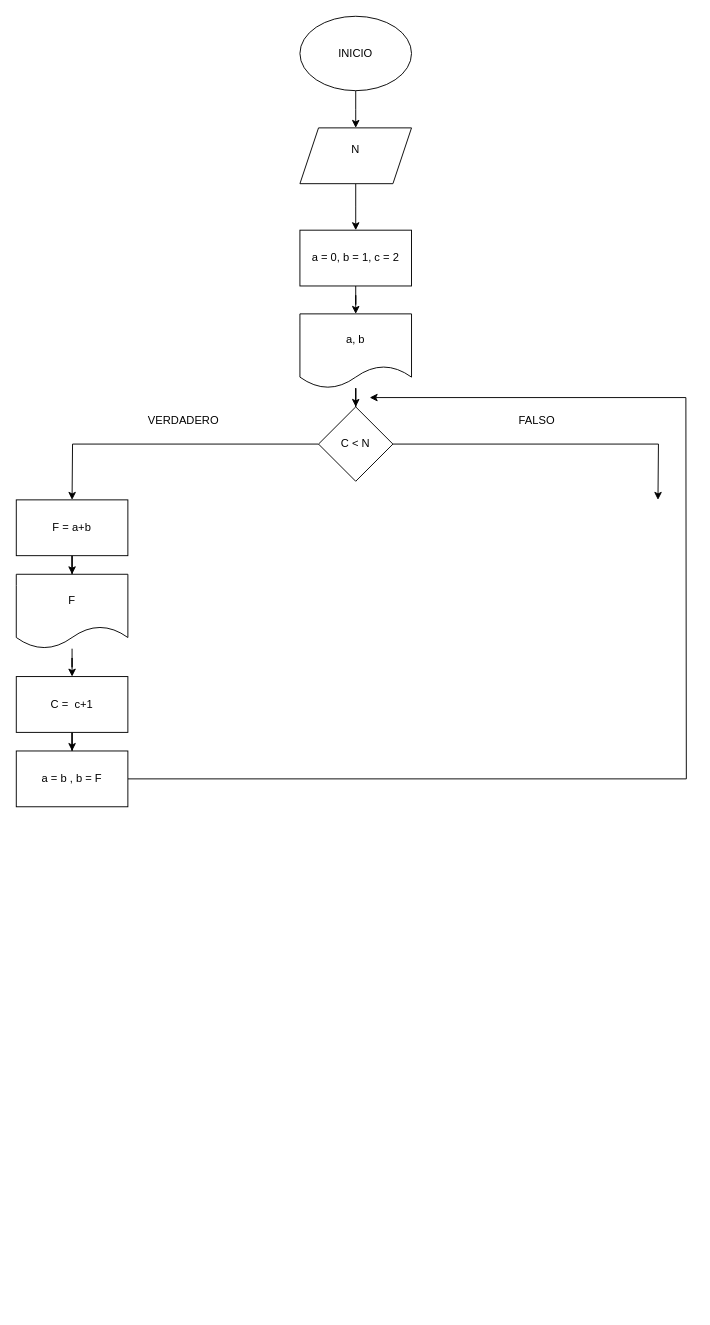
This is Untitled Diagram.drawio from Sebastian5050942/Toma_notas_Programaci-n, a draw.io file, before an edit. Source tidied: cells renumbered, new cells numbered last; positions are measured from the earlier drawing's top-left corner, leaving out a move shared by most shapes. Both pictures are drawn from the tidied source at 93%, with x=0, y=0 at pixel (16, 16).
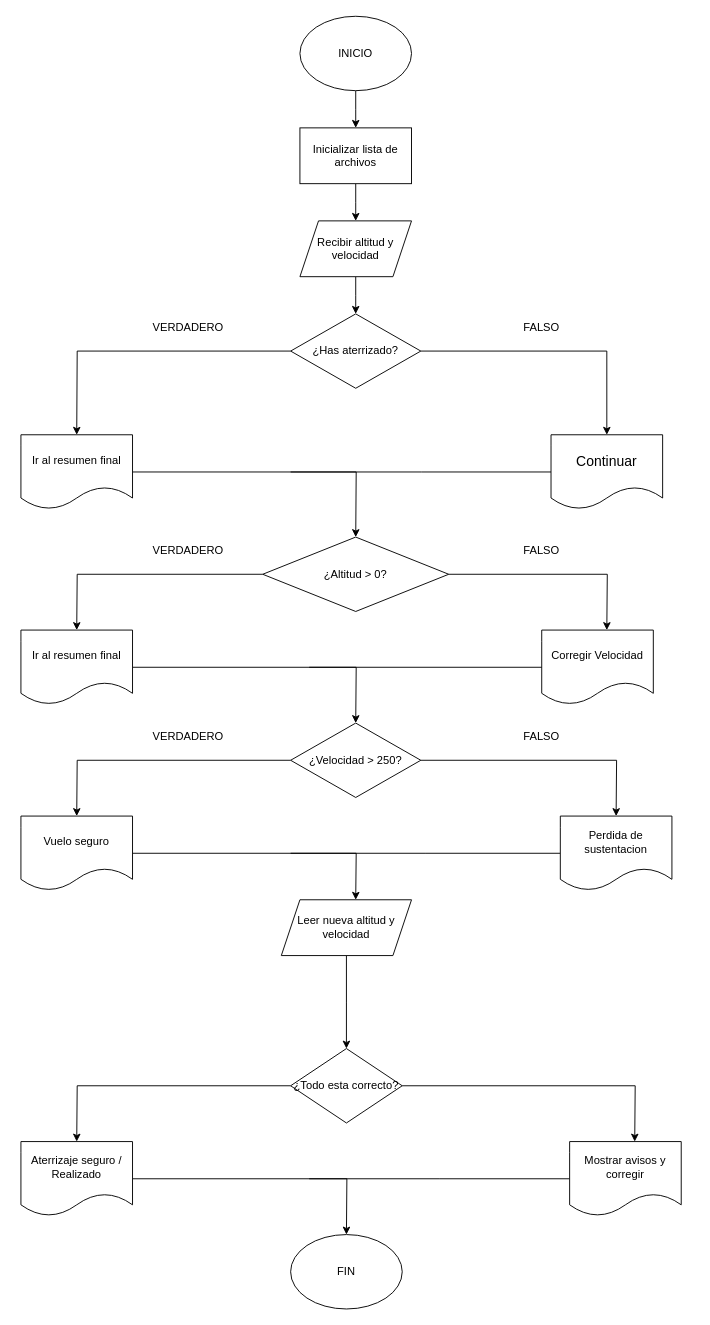
After the change.

The edit, as a diff of the source:
```diff
@@
-    <mxCell id="4" style="edgeStyle=orthogonalEdgeStyle;rounded=0;jettySize=auto;html=1;" parent="1" edge="1" source="5">
-      <mxGeometry relative="1" as="geometry">
-        <mxPoint x="365" y="230" as="targetPoint" />
-      </mxGeometry>
-    </mxCell>
-    <mxCell id="5" value="N&lt;div&gt;&lt;br/&gt;&lt;/div&gt;" style="shape=parallelogram;perimeter=parallelogramPerimeter;whiteSpace=wrap;html=1;shapeInside=1;fixedSize=1;" parent="1" vertex="1">
-      <mxGeometry x="305" y="120" width="120" height="60" as="geometry" />
-    </mxCell>
-    <mxCell id="6" style="edgeStyle=orthogonalEdgeStyle;rounded=0;jettySize=auto;html=1;" parent="1" edge="1" source="7" target="9">
-      <mxGeometry relative="1" as="geometry" />
-    </mxCell>
-    <mxCell id="7" value="a = 0, b = 1, c = 2" style="rounded=0;whiteSpace=wrap;html=1;" parent="1" vertex="1">
-      <mxGeometry x="305" y="230" width="120" height="60" as="geometry" />
-    </mxCell>
-    <mxCell id="8" style="edgeStyle=orthogonalEdgeStyle;rounded=0;jettySize=auto;html=1;" parent="1" edge="1" source="9" target="12">
-      <mxGeometry relative="1" as="geometry" />
-    </mxCell>
-    <mxCell id="9" value="a, b" style="shape=document;whiteSpace=wrap;html=1;boundedLbl=1;" parent="1" vertex="1">
-      <mxGeometry x="305" y="320" width="120" height="80" as="geometry" />
-    </mxCell>
-    <mxCell id="10" style="edgeStyle=orthogonalEdgeStyle;rounded=0;jettySize=auto;html=1;" parent="1" edge="1" source="12">
-      <mxGeometry relative="1" as="geometry">
-        <mxPoint x="60" y="520" as="targetPoint" />
-      </mxGeometry>
-    </mxCell>
-    <mxCell id="11" style="edgeStyle=orthogonalEdgeStyle;rounded=0;jettySize=auto;html=1;" parent="1" edge="1" source="12">
-      <mxGeometry relative="1" as="geometry">
-        <mxPoint x="690" y="520" as="targetPoint" />
-      </mxGeometry>
-    </mxCell>
-    <mxCell id="12" value="C &amp;lt; N" style="rhombus;whiteSpace=wrap;html=1;shapeInside=1;" parent="1" vertex="1">
-      <mxGeometry x="325" y="420" width="80" height="80" as="geometry" />
-    </mxCell>
-    <mxCell id="13" value="VERDADERO" style="text;html=1;whiteSpace=wrap;strokeColor=none;fillColor=none;align=center;verticalAlign=middle;rounded=0;" parent="1" vertex="1">
-      <mxGeometry x="150" y="420" width="60" height="30" as="geometry" />
-    </mxCell>
-    <mxCell id="14" value="FALSO" style="text;html=1;whiteSpace=wrap;strokeColor=none;fillColor=none;align=center;verticalAlign=middle;rounded=0;" parent="1" vertex="1">
-      <mxGeometry x="530" y="420" width="60" height="30" as="geometry" />
-    </mxCell>
-    <mxCell id="15" style="edgeStyle=orthogonalEdgeStyle;rounded=0;jettySize=auto;html=1;" parent="1" edge="1" source="16" target="18">
-      <mxGeometry relative="1" as="geometry" />
-    </mxCell>
-    <mxCell id="16" value="F = a+b" style="rounded=0;whiteSpace=wrap;html=1;" parent="1" vertex="1">
-      <mxGeometry y="520" width="120" height="60" as="geometry" />
-    </mxCell>
-    <mxCell id="17" style="edgeStyle=orthogonalEdgeStyle;rounded=0;jettySize=auto;html=1;" parent="1" edge="1" source="18" target="20">
-      <mxGeometry relative="1" as="geometry" />
-    </mxCell>
-    <mxCell id="18" value="F" style="shape=document;whiteSpace=wrap;html=1;boundedLbl=1;" parent="1" vertex="1">
-      <mxGeometry y="600" width="120" height="80" as="geometry" />
-    </mxCell>
-    <mxCell id="19" style="edgeStyle=orthogonalEdgeStyle;rounded=0;jettySize=auto;html=1;" parent="1" edge="1" source="20" target="22">
-      <mxGeometry relative="1" as="geometry" />
-    </mxCell>
-    <mxCell id="20" value="C =&amp;nbsp; c+1" style="rounded=0;whiteSpace=wrap;html=1;" parent="1" vertex="1">
-      <mxGeometry y="710" width="120" height="60" as="geometry" />
-    </mxCell>
-    <mxCell id="21" style="edgeStyle=orthogonalEdgeStyle;rounded=0;jettySize=auto;html=1;endArrow=none;endFill=0;" parent="1" edge="1" source="22">
-      <mxGeometry relative="1" as="geometry">
-        <mxPoint x="720" y="410" as="targetPoint" />
-      </mxGeometry>
-    </mxCell>
-    <mxCell id="22" value="a = b , b = F" style="rounded=0;whiteSpace=wrap;html=1;" parent="1" vertex="1">
-      <mxGeometry y="790" width="120" height="60" as="geometry" />
-    </mxCell>
-    <mxCell id="23" style="endArrow=classic;html=1;rounded=0;" parent="1" edge="1">
-      <mxGeometry relative="1" as="geometry">
-        <mxPoint x="720" y="410" as="sourcePoint" />
-        <mxPoint x="380" y="410" as="targetPoint" />
-      </mxGeometry>
-    </mxCell>
+    <mxCell id="24" style="edgeStyle=orthogonalEdgeStyle;rounded=0;jettySize=auto;html=1;" parent="1" edge="1" source="25">
+      <mxGeometry relative="1" as="geometry">
+        <mxPoint x="365" y="220" as="targetPoint" />
+      </mxGeometry>
+    </mxCell>
+    <mxCell id="25" value="Inicializar lista de archivos" style="rounded=0;whiteSpace=wrap;html=1;" parent="1" vertex="1">
+      <mxGeometry x="305" y="120" width="120" height="60" as="geometry" />
+    </mxCell>
+    <mxCell id="26" style="edgeStyle=orthogonalEdgeStyle;rounded=0;jettySize=auto;html=1;" parent="1" edge="1" source="27">
+      <mxGeometry relative="1" as="geometry">
+        <mxPoint x="365" y="320" as="targetPoint" />
+      </mxGeometry>
+    </mxCell>
+    <mxCell id="27" value="Recibir altitud y velocidad" style="shape=parallelogram;perimeter=parallelogramPerimeter;whiteSpace=wrap;html=1;shapeInside=1;fixedSize=1;" parent="1" vertex="1">
+      <mxGeometry x="305" y="220" width="120" height="60" as="geometry" />
+    </mxCell>
+    <mxCell id="28" style="edgeStyle=orthogonalEdgeStyle;rounded=0;jettySize=auto;html=1;" parent="1" edge="1" source="30">
+      <mxGeometry relative="1" as="geometry">
+        <mxPoint x="65" y="450" as="targetPoint" />
+      </mxGeometry>
+    </mxCell>
+    <mxCell id="29" style="edgeStyle=orthogonalEdgeStyle;rounded=0;jettySize=auto;html=1;entryX=0.5;entryY=0;entryDx=0;entryDy=0;" parent="1" edge="1" source="30" target="36">
+      <mxGeometry relative="1" as="geometry" />
+    </mxCell>
+    <mxCell id="30" value="¿Has aterrizado?" style="rhombus;whiteSpace=wrap;html=1;shapeInside=1;" parent="1" vertex="1">
+      <mxGeometry x="295" y="320" width="140" height="80" as="geometry" />
+    </mxCell>
+    <mxCell id="31" value="VERDADERO" style="text;html=1;whiteSpace=wrap;strokeColor=none;fillColor=none;align=center;verticalAlign=middle;rounded=0;" parent="1" vertex="1">
+      <mxGeometry x="155" y="320" width="60" height="30" as="geometry" />
+    </mxCell>
+    <mxCell id="32" style="edgeStyle=orthogonalEdgeStyle;rounded=0;jettySize=auto;html=1;" parent="1" edge="1" source="33">
+      <mxGeometry relative="1" as="geometry">
+        <mxPoint x="365" y="560" as="targetPoint" />
+      </mxGeometry>
+    </mxCell>
+    <mxCell id="33" value="Ir al resumen final" style="shape=document;whiteSpace=wrap;html=1;boundedLbl=1;" parent="1" vertex="1">
+      <mxGeometry x="5" y="450" width="120" height="80" as="geometry" />
+    </mxCell>
+    <mxCell id="34" value="FALSO" style="text;html=1;whiteSpace=wrap;strokeColor=none;fillColor=none;align=center;verticalAlign=middle;rounded=0;" parent="1" vertex="1">
+      <mxGeometry x="535" y="320" width="60" height="30" as="geometry" />
+    </mxCell>
+    <mxCell id="35" style="edgeStyle=orthogonalEdgeStyle;rounded=0;jettySize=auto;html=1;endArrow=none;endFill=0;" parent="1" edge="1" source="36">
+      <mxGeometry relative="1" as="geometry">
+        <mxPoint x="295" y="490" as="targetPoint" />
+      </mxGeometry>
+    </mxCell>
+    <mxCell id="36" value="&lt;font style=&quot;font-size: 15px;&quot;&gt;Continuar&lt;/font&gt;" style="shape=document;whiteSpace=wrap;html=1;boundedLbl=1;" parent="1" vertex="1">
+      <mxGeometry x="575" y="450" width="120" height="80" as="geometry" />
+    </mxCell>
+    <mxCell id="37" style="edgeStyle=orthogonalEdgeStyle;rounded=0;jettySize=auto;html=1;" parent="1" edge="1" source="39">
+      <mxGeometry relative="1" as="geometry">
+        <mxPoint x="65" y="660" as="targetPoint" />
+      </mxGeometry>
+    </mxCell>
+    <mxCell id="38" style="edgeStyle=orthogonalEdgeStyle;rounded=0;jettySize=auto;html=1;" parent="1" edge="1" source="39">
+      <mxGeometry relative="1" as="geometry">
+        <mxPoint x="635" y="660" as="targetPoint" />
+      </mxGeometry>
+    </mxCell>
+    <mxCell id="39" value="¿Altitud &amp;gt; 0?" style="rhombus;whiteSpace=wrap;html=1;shapeInside=1;" parent="1" vertex="1">
+      <mxGeometry x="265" y="560" width="200" height="80" as="geometry" />
+    </mxCell>
+    <mxCell id="40" value="VERDADERO" style="text;html=1;whiteSpace=wrap;strokeColor=none;fillColor=none;align=center;verticalAlign=middle;rounded=0;" parent="1" vertex="1">
+      <mxGeometry x="155" y="560" width="60" height="30" as="geometry" />
+    </mxCell>
+    <mxCell id="41" value="FALSO" style="text;html=1;whiteSpace=wrap;strokeColor=none;fillColor=none;align=center;verticalAlign=middle;rounded=0;" parent="1" vertex="1">
+      <mxGeometry x="535" y="560" width="60" height="30" as="geometry" />
+    </mxCell>
+    <mxCell id="42" style="edgeStyle=orthogonalEdgeStyle;rounded=0;jettySize=auto;html=1;" parent="1" edge="1" source="43">
+      <mxGeometry relative="1" as="geometry">
+        <mxPoint x="365" y="760" as="targetPoint" />
+      </mxGeometry>
+    </mxCell>
+    <mxCell id="43" value="Ir al resumen final" style="shape=document;whiteSpace=wrap;html=1;boundedLbl=1;" parent="1" vertex="1">
+      <mxGeometry x="5" y="660" width="120" height="80" as="geometry" />
+    </mxCell>
+    <mxCell id="44" style="edgeStyle=orthogonalEdgeStyle;rounded=0;orthogonalLoop=1;jettySize=auto;html=1;endArrow=none;endFill=0;" parent="1" edge="1">
+      <mxGeometry relative="1" as="geometry">
+        <mxPoint x="575" y="700" as="sourcePoint" />
+        <mxPoint x="315" y="700" as="targetPoint" />
+      </mxGeometry>
+    </mxCell>
+    <mxCell id="45" style="edgeStyle=orthogonalEdgeStyle;rounded=0;jettySize=auto;html=1;" parent="1" edge="1" source="47">
+      <mxGeometry relative="1" as="geometry">
+        <mxPoint x="65" y="860" as="targetPoint" />
+      </mxGeometry>
+    </mxCell>
+    <mxCell id="46" style="edgeStyle=orthogonalEdgeStyle;rounded=0;jettySize=auto;html=1;" parent="1" edge="1" source="47">
+      <mxGeometry relative="1" as="geometry">
+        <mxPoint x="645" y="860" as="targetPoint" />
+      </mxGeometry>
+    </mxCell>
+    <mxCell id="47" value="¿Velocidad &amp;gt; 250?" style="rhombus;whiteSpace=wrap;html=1;shapeInside=1;" parent="1" vertex="1">
+      <mxGeometry x="295" y="760" width="140" height="80" as="geometry" />
+    </mxCell>
+    <mxCell id="48" value="Corregir Velocidad" style="shape=document;whiteSpace=wrap;html=1;boundedLbl=1;" parent="1" vertex="1">
+      <mxGeometry x="565" y="660" width="120" height="80" as="geometry" />
+    </mxCell>
+    <mxCell id="49" value="VERDADERO" style="text;html=1;whiteSpace=wrap;strokeColor=none;fillColor=none;align=center;verticalAlign=middle;rounded=0;" parent="1" vertex="1">
+      <mxGeometry x="155" y="760" width="60" height="30" as="geometry" />
+    </mxCell>
+    <mxCell id="50" value="FALSO" style="text;html=1;whiteSpace=wrap;strokeColor=none;fillColor=none;align=center;verticalAlign=middle;rounded=0;" parent="1" vertex="1">
+      <mxGeometry x="535" y="760" width="60" height="30" as="geometry" />
+    </mxCell>
+    <mxCell id="51" style="edgeStyle=orthogonalEdgeStyle;rounded=0;jettySize=auto;html=1;" parent="1" edge="1" source="52">
+      <mxGeometry relative="1" as="geometry">
+        <mxPoint x="365" y="950" as="targetPoint" />
+      </mxGeometry>
+    </mxCell>
+    <mxCell id="52" value="Vuelo seguro" style="shape=document;whiteSpace=wrap;html=1;boundedLbl=1;" parent="1" vertex="1">
+      <mxGeometry x="5" y="860" width="120" height="80" as="geometry" />
+    </mxCell>
+    <mxCell id="53" style="edgeStyle=orthogonalEdgeStyle;rounded=0;jettySize=auto;html=1;endArrow=none;endFill=0;" parent="1" edge="1" source="54">
+      <mxGeometry relative="1" as="geometry">
+        <mxPoint x="295" y="900" as="targetPoint" />
+      </mxGeometry>
+    </mxCell>
+    <mxCell id="54" value="Perdida de sustentacion" style="shape=document;whiteSpace=wrap;html=1;boundedLbl=1;" parent="1" vertex="1">
+      <mxGeometry x="585" y="860" width="120" height="80" as="geometry" />
+    </mxCell>
+    <mxCell id="55" style="edgeStyle=orthogonalEdgeStyle;rounded=0;jettySize=auto;html=1;" parent="1" edge="1" source="56">
+      <mxGeometry relative="1" as="geometry">
+        <mxPoint x="355" y="1110" as="targetPoint" />
+      </mxGeometry>
+    </mxCell>
+    <mxCell id="56" value="Leer nueva altitud y velocidad" style="shape=parallelogram;perimeter=parallelogramPerimeter;whiteSpace=wrap;html=1;shapeInside=1;fixedSize=1;" parent="1" vertex="1">
+      <mxGeometry x="285" y="950" width="140" height="60" as="geometry" />
+    </mxCell>
+    <mxCell id="57" style="edgeStyle=orthogonalEdgeStyle;rounded=0;jettySize=auto;html=1;" parent="1" edge="1" source="59">
+      <mxGeometry relative="1" as="geometry">
+        <mxPoint x="65" y="1210" as="targetPoint" />
+      </mxGeometry>
+    </mxCell>
+    <mxCell id="58" style="edgeStyle=orthogonalEdgeStyle;rounded=0;jettySize=auto;html=1;" parent="1" edge="1" source="59">
+      <mxGeometry relative="1" as="geometry">
+        <mxPoint x="665" y="1210" as="targetPoint" />
+      </mxGeometry>
+    </mxCell>
+    <mxCell id="59" value="¿Todo esta correcto?" style="rhombus;whiteSpace=wrap;html=1;shapeInside=1;" parent="1" vertex="1">
+      <mxGeometry x="295" y="1110" width="120" height="80" as="geometry" />
+    </mxCell>
+    <mxCell id="60" style="edgeStyle=orthogonalEdgeStyle;rounded=0;jettySize=auto;html=1;" parent="1" edge="1" source="61">
+      <mxGeometry relative="1" as="geometry">
+        <mxPoint x="355" y="1310" as="targetPoint" />
+      </mxGeometry>
+    </mxCell>
+    <mxCell id="61" value="Aterrizaje seguro / Realizado" style="shape=document;whiteSpace=wrap;html=1;boundedLbl=1;" parent="1" vertex="1">
+      <mxGeometry x="5" y="1210" width="120" height="80" as="geometry" />
+    </mxCell>
+    <mxCell id="62" style="edgeStyle=orthogonalEdgeStyle;rounded=0;jettySize=auto;html=1;endArrow=none;endFill=0;" parent="1" edge="1" source="63">
+      <mxGeometry relative="1" as="geometry">
+        <mxPoint x="315" y="1250" as="targetPoint" />
+      </mxGeometry>
+    </mxCell>
+    <mxCell id="63" value="Mostrar avisos y corregir" style="shape=document;whiteSpace=wrap;html=1;boundedLbl=1;" parent="1" vertex="1">
+      <mxGeometry x="595" y="1210" width="120" height="80" as="geometry" />
+    </mxCell>
+    <mxCell id="64" value="FIN" style="ellipse;whiteSpace=wrap;html=1;shapeInside=1;" parent="1" vertex="1">
+      <mxGeometry x="295" y="1310" width="120" height="80" as="geometry" />
+    </mxCell>
```
